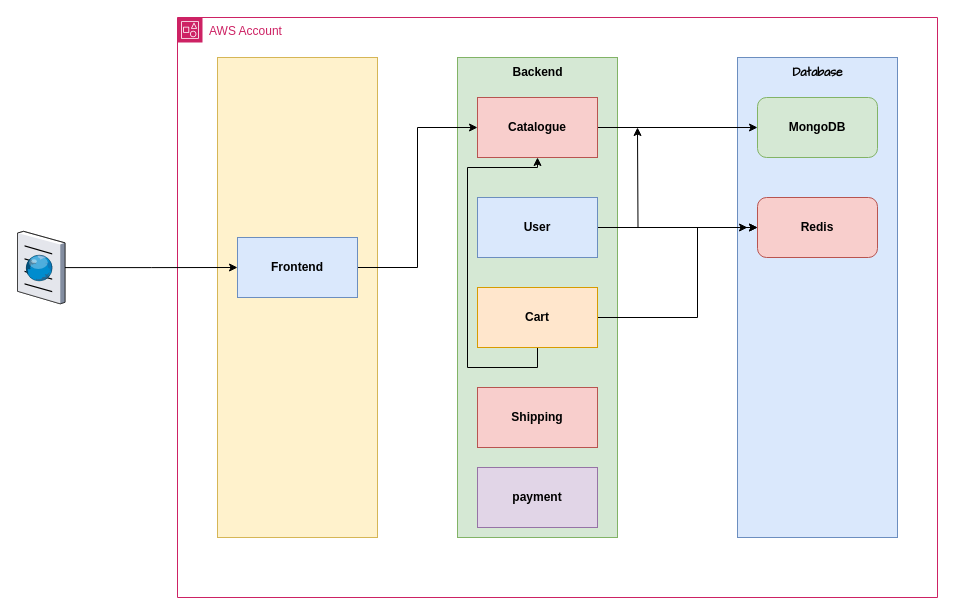
Above: roboshop.drawio in daws-86s/diagrams (draw.io), before the change. Source tidied: cells renumbered, new cells numbered last; positions are measured from the earlier drawing's top-left corner, leaving out a move shared by most shapes. Both pictures are drawn from the tidied source at 100%, with x=0, y=0 at pixel (17, 17).
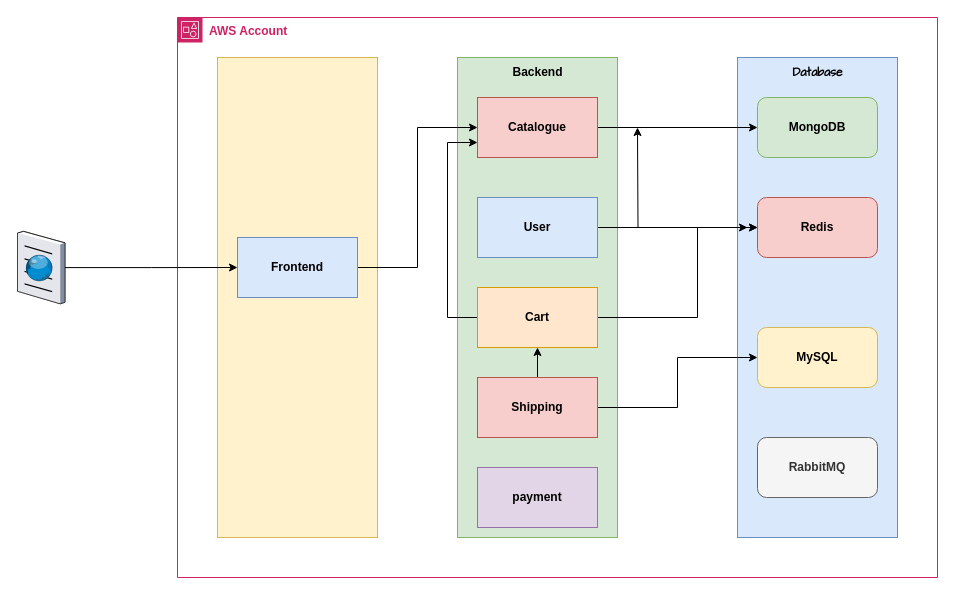
After the change.

Unchanged cells that the change refers to:
```xml
<mxCell id="7" value="&lt;b&gt;Catalogue&lt;/b&gt;" style="rounded=0;whiteSpace=wrap;html=1;fillColor=#f8cecc;strokeColor=#b85450;" parent="2" vertex="1">
  <mxGeometry x="300" y="80" width="120" height="60" as="geometry" />
</mxCell>
<mxCell id="20" value="&lt;b&gt;Cart&lt;/b&gt;" style="rounded=0;whiteSpace=wrap;html=1;fillColor=#ffe6cc;strokeColor=#d79b00;" parent="2" vertex="1">
  <mxGeometry x="300" y="270" width="120" height="60" as="geometry" />
</mxCell>
```

What changed in the source:
```diff
@@
-    <mxCell id="2" value="AWS Account" style="gradientColor=none;html=1;whiteSpace=wrap;fontSize=12;fontStyle=0;shape=mxgraph.aws4.group;grIcon=mxgraph.aws4.group_account;strokeColor=#CD2264;fillColor=none;verticalAlign=top;align=left;spacingLeft=30;fontColor=#CD2264;dashed=0;" parent="1" vertex="1">
-      <mxGeometry x="160" width="760" height="580" as="geometry" />
+    <mxCell id="2" value="&lt;b&gt;AWS Account&lt;/b&gt;" style="gradientColor=none;html=1;whiteSpace=wrap;fontSize=12;fontStyle=0;shape=mxgraph.aws4.group;grIcon=mxgraph.aws4.group_account;strokeColor=#CD2264;fillColor=none;verticalAlign=top;align=left;spacingLeft=30;fontColor=#CD2264;dashed=0;" parent="1" vertex="1">
+      <mxGeometry x="160" width="760" height="560" as="geometry" />
     </mxCell>
@@
-    <mxCell id="19" style="edgeStyle=orthogonalEdgeStyle;rounded=0;jettySize=auto;html=1;entryX=0.5;entryY=1;entryDx=0;entryDy=0;" parent="2" edge="1" source="20" target="7">
+    <mxCell id="19" style="edgeStyle=orthogonalEdgeStyle;rounded=0;jettySize=auto;html=1;entryX=0;entryY=0.75;entryDx=0;entryDy=0;" parent="2" edge="1" source="20" target="7">
       <mxGeometry relative="1" as="geometry">
         <Array as="points">
-          <mxPoint x="360" y="350" />
-          <mxPoint x="290" y="350" />
-          <mxPoint x="290" y="150" />
-          <mxPoint x="360" y="150" />
+          <mxPoint x="270" y="300" />
+          <mxPoint x="270" y="125" />
         </Array>
       </mxGeometry>
     </mxCell>
@@
+    <mxCell id="25" style="edgeStyle=orthogonalEdgeStyle;rounded=0;jettySize=auto;html=1;" parent="2" edge="1" source="21" target="27">
+      <mxGeometry relative="1" as="geometry" />
+    </mxCell>
+    <mxCell id="26" style="edgeStyle=orthogonalEdgeStyle;rounded=0;jettySize=auto;html=1;entryX=0.5;entryY=1;entryDx=0;entryDy=0;" parent="2" edge="1" source="21" target="20">
+      <mxGeometry relative="1" as="geometry" />
+    </mxCell>
     <mxCell id="21" value="&lt;b&gt;Shipping&lt;/b&gt;" style="rounded=0;whiteSpace=wrap;html=1;fillColor=#f8cecc;strokeColor=#b85450;" parent="2" vertex="1">
-      <mxGeometry x="300" y="370" width="120" height="60" as="geometry" />
+      <mxGeometry x="300" y="360" width="120" height="60" as="geometry" />
     </mxCell>
@@
+    <mxCell id="27" value="&lt;b&gt;MySQL&lt;/b&gt;" style="rounded=1;whiteSpace=wrap;html=1;fillColor=#fff2cc;strokeColor=#d6b656;" parent="2" vertex="1">
+      <mxGeometry x="580" y="310" width="120" height="60" as="geometry" />
+    </mxCell>
+    <mxCell id="28" value="&lt;b&gt;RabbitMQ&lt;/b&gt;" style="rounded=1;whiteSpace=wrap;html=1;fillColor=#f5f5f5;strokeColor=#666666;fontColor=#333333;" parent="2" vertex="1">
+      <mxGeometry x="580" y="420" width="120" height="60" as="geometry" />
+    </mxCell>
```
